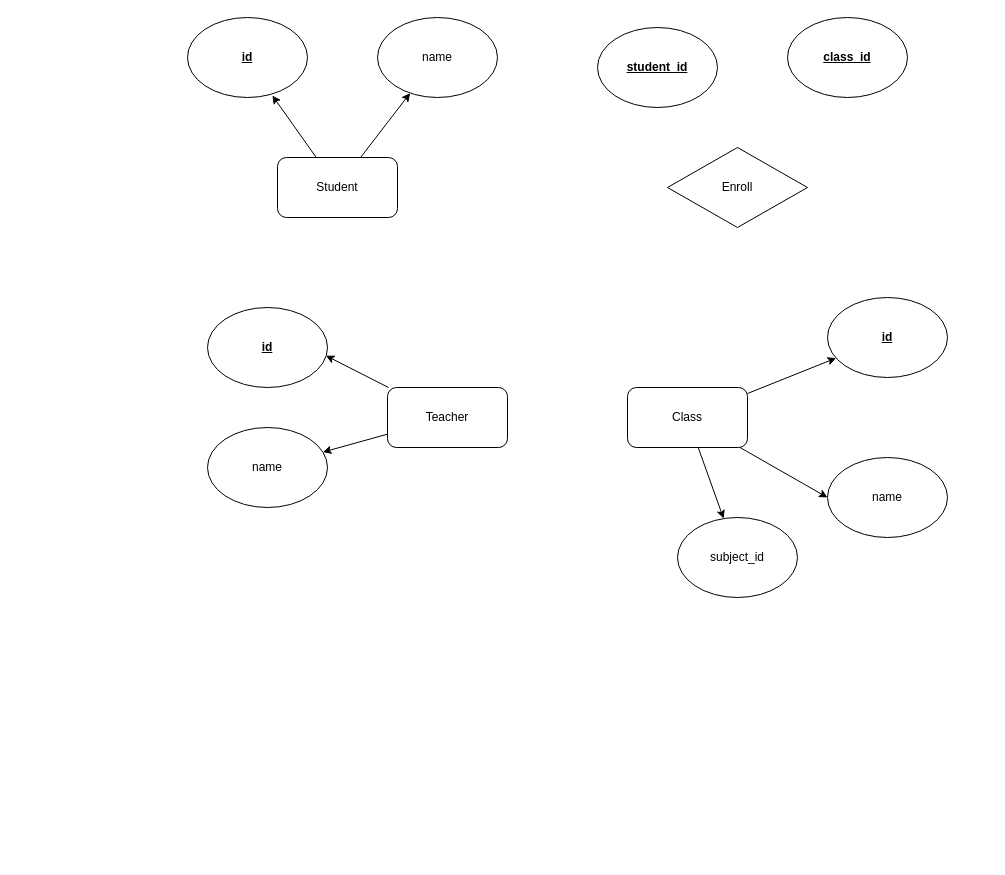
Before: Module_1/school.drawio in bijune09/C0421G1_NguyenTienDanh, a draw.io diagram. Source tidied: cells renumbered, new cells numbered last; positions are measured from the earlier drawing's top-left corner, leaving out a move shared by most shapes. Both pictures are drawn from the tidied source at 100%, with x=0, y=0 at pixel (187, 17).
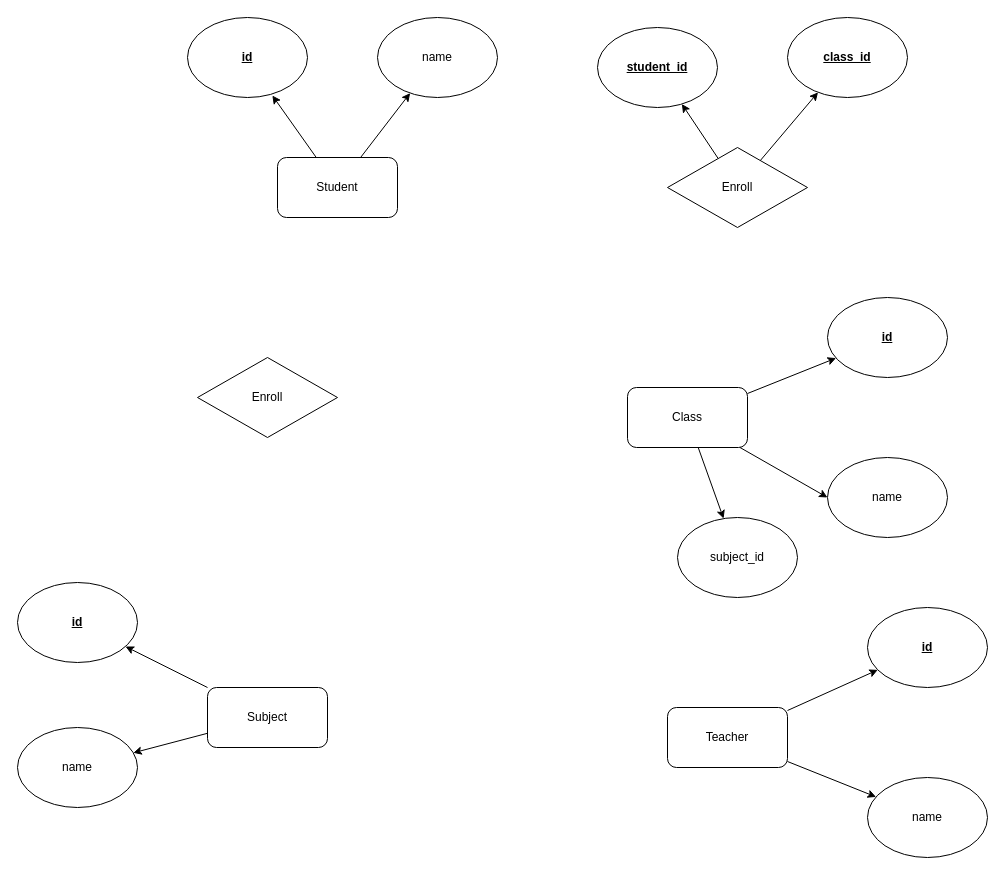
The same page after the edit.

Unchanged cells that the change refers to:
```xml
<mxCell id="19" value="Enroll" style="rhombus;whiteSpace=wrap;html=1;glass=0;" parent="1" vertex="1">
  <mxGeometry x="480" y="130" width="140" height="80" as="geometry" />
</mxCell>
<mxCell id="20" value="&lt;b&gt;&lt;u&gt;student_id&lt;/u&gt;&lt;/b&gt;" style="ellipse;whiteSpace=wrap;html=1;" parent="1" vertex="1">
  <mxGeometry x="410" y="10" width="120" height="80" as="geometry" />
</mxCell>
<mxCell id="21" value="&lt;b&gt;&lt;u&gt;class_id&lt;/u&gt;&lt;/b&gt;" style="ellipse;whiteSpace=wrap;html=1;" parent="1" vertex="1">
  <mxGeometry x="600" width="120" height="80" as="geometry" />
</mxCell>
```

Diff of the diagram source:
```diff
@@
-    <mxCell id="2" style="rounded=0;jettySize=auto;html=1;entryX=0.987;entryY=0.602;entryDx=0;entryDy=0;entryPerimeter=0;" parent="1" edge="1" source="4" target="5">
+    <mxCell id="2" style="rounded=0;jettySize=auto;html=1;" parent="1" edge="1" source="4" target="5">
       <mxGeometry relative="1" as="geometry" />
     </mxCell>
@@
     <mxCell id="4" value="Teacher" style="rounded=1;whiteSpace=wrap;html=1;" parent="1" vertex="1">
-      <mxGeometry x="200" y="370" width="120" height="60" as="geometry" />
+      <mxGeometry x="480" y="690" width="120" height="60" as="geometry" />
     </mxCell>
     <mxCell id="5" value="id" style="ellipse;whiteSpace=wrap;html=1;fontStyle=5;" parent="1" vertex="1">
-      <mxGeometry x="20" y="290" width="120" height="80" as="geometry" />
+      <mxGeometry x="680" y="590" width="120" height="80" as="geometry" />
     </mxCell>
     <mxCell id="6" value="name" style="ellipse;whiteSpace=wrap;html=1;" parent="1" vertex="1">
-      <mxGeometry x="20" y="410" width="120" height="80" as="geometry" />
+      <mxGeometry x="680" y="760" width="120" height="80" as="geometry" />
     </mxCell>
@@
+    <mxCell id="22" style="edgeStyle=none;rounded=0;jettySize=auto;html=1;" parent="1" edge="1" source="19" target="20">
+      <mxGeometry relative="1" as="geometry" />
+    </mxCell>
+    <mxCell id="23" style="edgeStyle=none;rounded=0;jettySize=auto;html=1;" parent="1" edge="1" source="19" target="21">
+      <mxGeometry relative="1" as="geometry" />
+    </mxCell>
@@
+    <mxCell id="24" style="edgeStyle=none;rounded=0;jettySize=auto;html=1;" parent="1" edge="1" source="26" target="27">
+      <mxGeometry relative="1" as="geometry" />
+    </mxCell>
+    <mxCell id="25" style="edgeStyle=none;rounded=0;jettySize=auto;html=1;" parent="1" edge="1" source="26" target="28">
+      <mxGeometry relative="1" as="geometry" />
+    </mxCell>
+    <mxCell id="26" value="Subject" style="rounded=1;whiteSpace=wrap;html=1;" parent="1" vertex="1">
+      <mxGeometry x="20" y="670" width="120" height="60" as="geometry" />
+    </mxCell>
+    <mxCell id="27" value="id" style="ellipse;whiteSpace=wrap;html=1;fontStyle=5;" parent="1" vertex="1">
+      <mxGeometry x="-170" y="565" width="120" height="80" as="geometry" />
+    </mxCell>
+    <mxCell id="28" value="name" style="ellipse;whiteSpace=wrap;html=1;" parent="1" vertex="1">
+      <mxGeometry x="-170" y="710" width="120" height="80" as="geometry" />
+    </mxCell>
+    <mxCell id="29" value="Enroll" style="rhombus;whiteSpace=wrap;html=1;glass=0;" parent="1" vertex="1">
+      <mxGeometry x="10" y="340" width="140" height="80" as="geometry" />
+    </mxCell>
```
